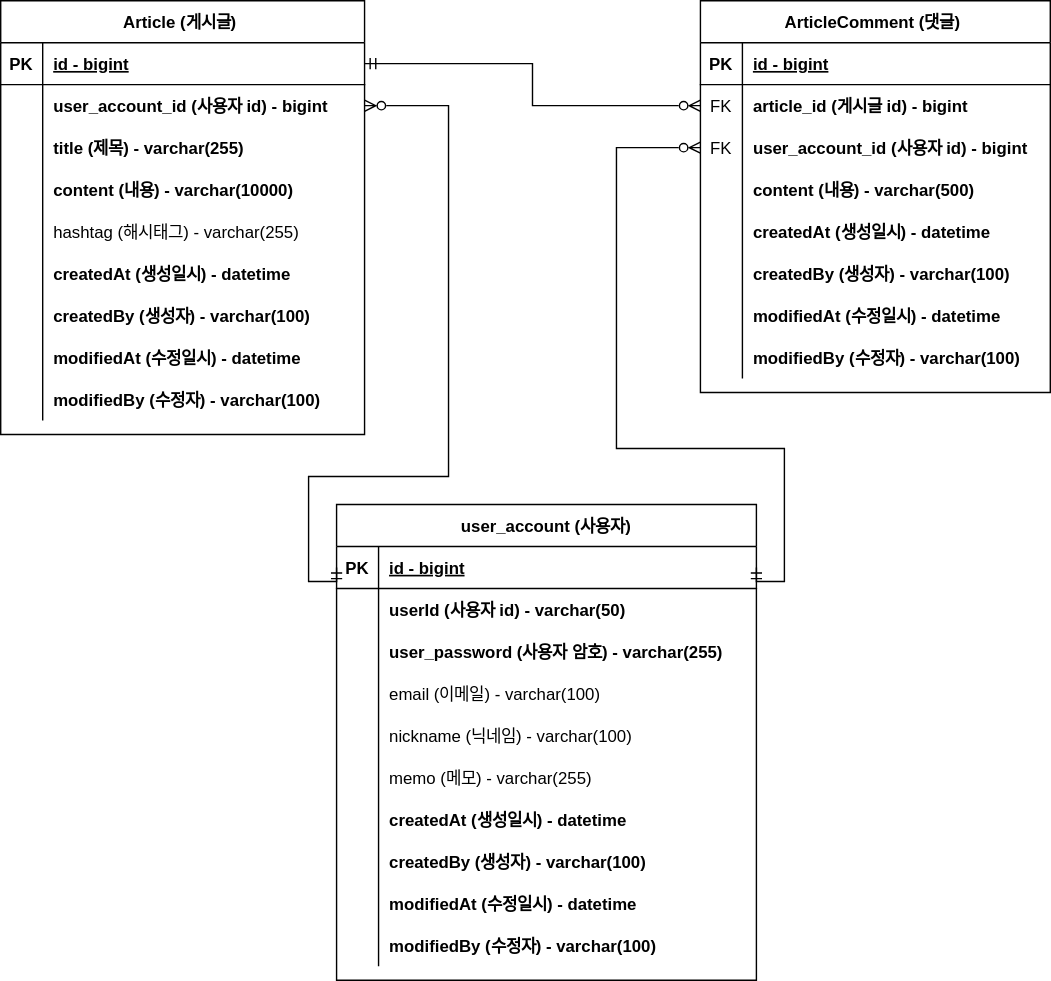
Above: document/project-board-erd.svg in yessm621/project-board (draw.io), before the change. Source tidied: cells renumbered, new cells last; positions are measured from the earlier drawing's top-left corner, leaving out a move shared by most shapes.
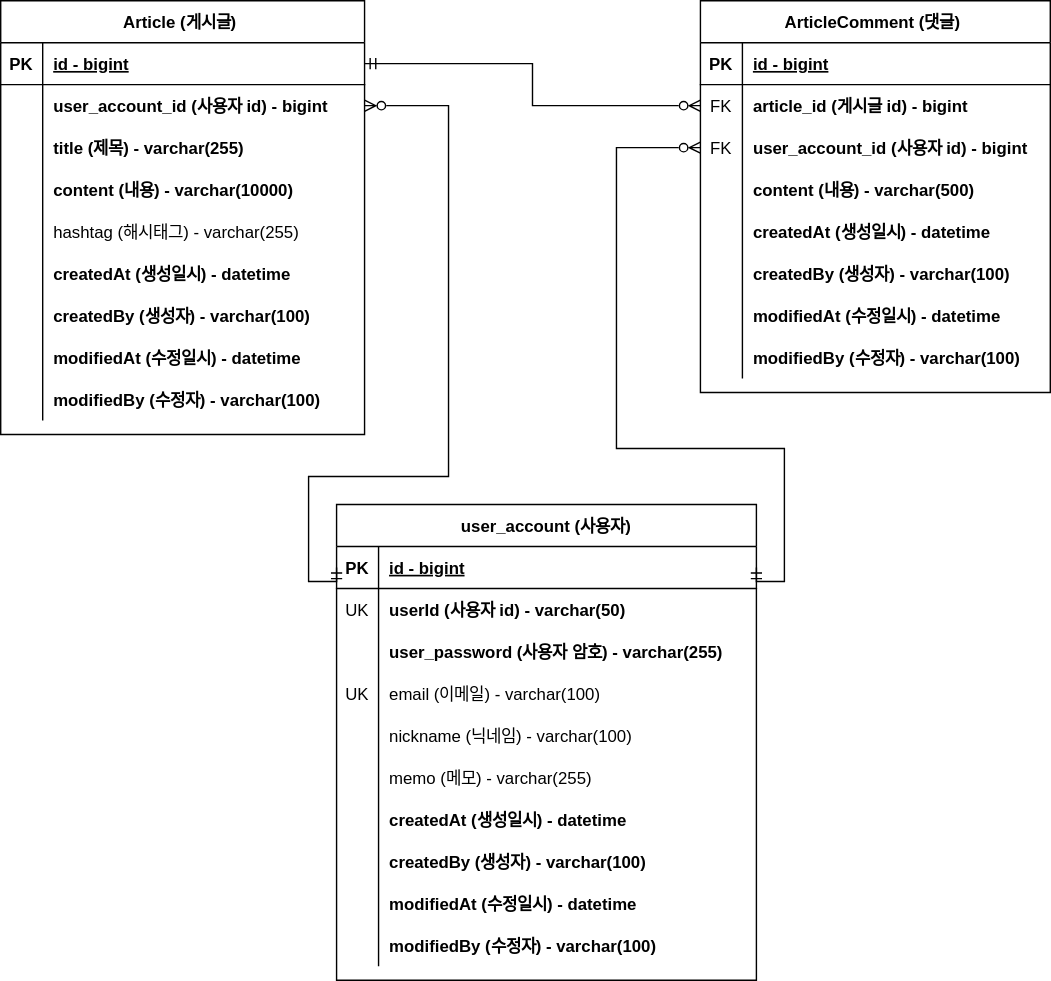
After the commit.

Commit message:
#30 - userId, email에 UK 추가

Change to the diagram source:
```diff
@@ -176,7 +176,7 @@
     <mxCell id="59" style="shape=partialRectangle;fillColor=none;top=0;left=0;right=0;bottom=0;" parent="55" vertex="1">
       <mxGeometry y="60" width="300" height="30" as="geometry" />
     </mxCell>
-    <mxCell id="60" style="shape=partialRectangle;overflow=hidden;fillColor=none;top=0;left=0;bottom=0;right=0;" parent="59" vertex="1">
+    <mxCell id="60" value="UK" style="shape=partialRectangle;overflow=hidden;fillColor=none;top=0;left=0;bottom=0;right=0;" parent="59" vertex="1">
       <mxGeometry width="30" height="30" as="geometry" />
     </mxCell>
     <mxCell id="61" value="userId (사용자 id) - varchar(50)" style="shape=partialRectangle;overflow=hidden;fillColor=none;top=0;left=0;bottom=0;right=0;align=left;spacingLeft=6;fontStyle=1;" parent="59" vertex="1">
@@ -194,7 +194,7 @@
     <mxCell id="65" style="shape=partialRectangle;fillColor=none;top=0;left=0;right=0;bottom=0;" parent="55" vertex="1">
       <mxGeometry y="120" width="300" height="30" as="geometry" />
     </mxCell>
-    <mxCell id="66" style="shape=partialRectangle;overflow=hidden;fillColor=none;top=0;left=0;bottom=0;right=0;" parent="65" vertex="1">
+    <mxCell id="66" value="UK" style="shape=partialRectangle;overflow=hidden;fillColor=none;top=0;left=0;bottom=0;right=0;" parent="65" vertex="1">
       <mxGeometry width="30" height="30" as="geometry" />
     </mxCell>
     <mxCell id="67" value="email (이메일) - varchar(100)" style="shape=partialRectangle;overflow=hidden;fillColor=none;top=0;left=0;bottom=0;right=0;align=left;spacingLeft=6;" parent="65" vertex="1">
```
